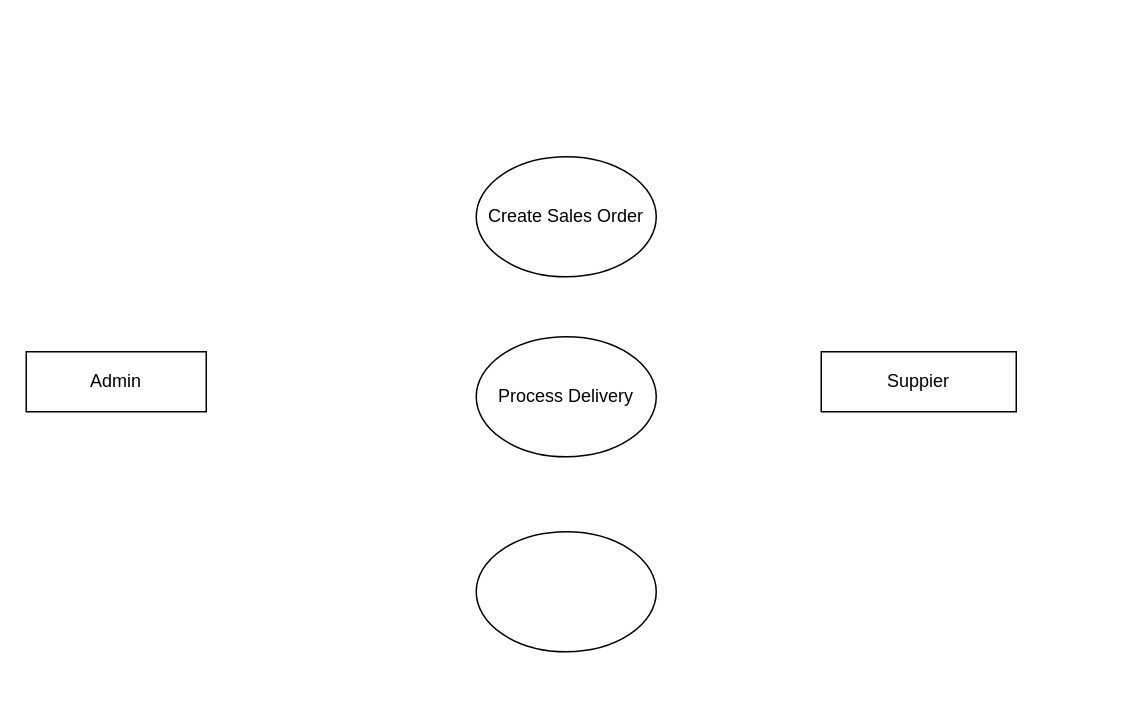
Earlier version of the draw.io diagram Level 2 of .drawio (pawal-karki/DRAW.IO). Source tidied: cells renumbered, new cells numbered last; positions are measured from the earlier drawing's top-left corner, leaving out a move shared by most shapes. Both pictures are drawn from the tidied source at 150%, with x=0, y=0 at pixel (26, 156).
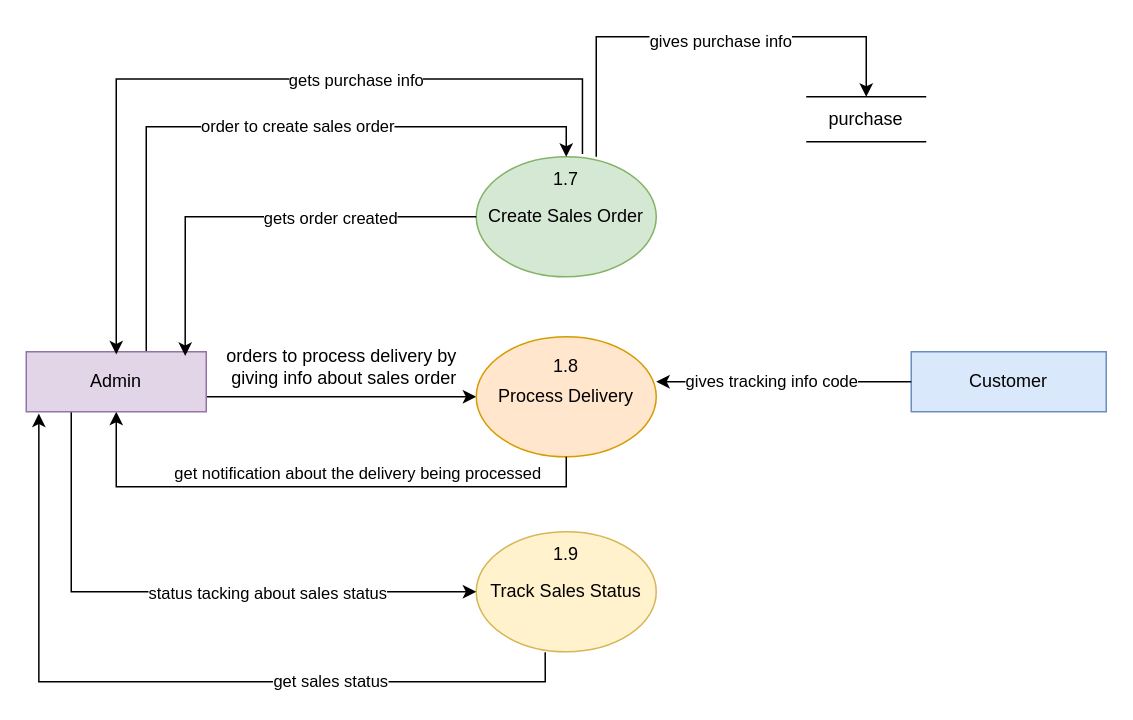
The same diagram, later.

The edit, as a diff of the source:
```diff
@@
+    <mxCell id="8" style="edgeStyle=orthogonalEdgeStyle;rounded=0;jettySize=auto;html=1;" parent="1" edge="1" target="24">
+      <mxGeometry relative="1" as="geometry">
+        <mxPoint x="380" as="sourcePoint" />
+        <Array as="points">
+          <mxPoint x="380" y="-80" />
+          <mxPoint x="560" y="-80" />
+        </Array>
+      </mxGeometry>
+    </mxCell>
+    <mxCell id="9" value="gives purchase info" style="edgeLabel;html=1;align=center;verticalAlign=middle;" parent="8" vertex="1">
+      <mxGeometry x="0.08" y="-2" relative="1" as="geometry" />
+    </mxCell>
-    <mxCell id="2" value="Create Sales Order" style="ellipse;whiteSpace=wrap;html=1;" parent="1" vertex="1">
+    <mxCell id="2" value="Create Sales Order" style="ellipse;whiteSpace=wrap;html=1;fillColor=#d5e8d4;strokeColor=#82b366;" parent="1" vertex="1">
       <mxGeometry x="300" width="120" height="80" as="geometry" />
     </mxCell>
-    <mxCell id="3" style="ellipse;whiteSpace=wrap;html=1;" parent="1" vertex="1">
+    <mxCell id="3" value="Track Sales Status" style="ellipse;whiteSpace=wrap;html=1;fillColor=#fff2cc;strokeColor=#d6b656;" parent="1" vertex="1">
       <mxGeometry x="300" y="250" width="120" height="80" as="geometry" />
     </mxCell>
+    <mxCell id="10" style="edgeStyle=orthogonalEdgeStyle;rounded=0;jettySize=auto;html=1;entryX=1;entryY=0.75;entryDx=0;entryDy=0;startArrow=classic;startFill=1;endArrow=none;endFill=0;" parent="1" edge="1" source="4" target="5">
+      <mxGeometry relative="1" as="geometry" />
+    </mxCell>
-    <mxCell id="4" value="Process Delivery" style="ellipse;whiteSpace=wrap;html=1;" parent="1" vertex="1">
+    <mxCell id="4" value="Process Delivery" style="ellipse;whiteSpace=wrap;html=1;fillColor=#ffe6cc;strokeColor=#d79b00;" parent="1" vertex="1">
       <mxGeometry x="300" y="120" width="120" height="80" as="geometry" />
     </mxCell>
+    <mxCell id="11" style="edgeStyle=orthogonalEdgeStyle;rounded=0;jettySize=auto;html=1;entryX=0.5;entryY=0;entryDx=0;entryDy=0;" parent="1" edge="1" source="5" target="2">
+      <mxGeometry relative="1" as="geometry">
+        <Array as="points">
+          <mxPoint x="80" y="-20" />
+          <mxPoint x="360" y="-20" />
+        </Array>
+      </mxGeometry>
+    </mxCell>
+    <mxCell id="12" value="order to create sales order" style="edgeLabel;html=1;align=center;verticalAlign=middle;" parent="11" vertex="1">
+      <mxGeometry x="0.11" y="1" relative="1" as="geometry" />
+    </mxCell>
+    <mxCell id="13" style="edgeStyle=orthogonalEdgeStyle;rounded=0;jettySize=auto;html=1;entryX=0.5;entryY=1;entryDx=0;entryDy=0;startArrow=classic;startFill=1;endArrow=none;endFill=0;" parent="1" edge="1" source="5" target="4">
+      <mxGeometry relative="1" as="geometry">
+        <Array as="points">
+          <mxPoint x="60" y="220" />
+          <mxPoint x="360" y="220" />
+        </Array>
+      </mxGeometry>
+    </mxCell>
+    <mxCell id="14" value="get notification about the delivery being processed" style="edgeLabel;html=1;align=center;verticalAlign=middle;" parent="13" vertex="1">
+      <mxGeometry x="0.11" relative="1" as="geometry">
+        <mxPoint x="5" y="-10" as="offset" />
+      </mxGeometry>
+    </mxCell>
+    <mxCell id="15" style="edgeStyle=orthogonalEdgeStyle;rounded=0;jettySize=auto;html=1;exitX=0.25;exitY=1;exitDx=0;exitDy=0;entryX=0;entryY=0.5;entryDx=0;entryDy=0;" parent="1" edge="1" source="5" target="3">
+      <mxGeometry relative="1" as="geometry" />
+    </mxCell>
+    <mxCell id="16" value="status tacking about sales status" style="edgeLabel;html=1;align=center;verticalAlign=middle;" parent="15" vertex="1">
+      <mxGeometry x="0.28" relative="1" as="geometry" />
+    </mxCell>
-    <mxCell id="5" value="Admin" style="rounded=0;whiteSpace=wrap;html=1;" parent="1" vertex="1">
+    <mxCell id="5" value="Admin" style="rounded=0;whiteSpace=wrap;html=1;fillColor=#e1d5e7;strokeColor=#9673a6;" parent="1" vertex="1">
       <mxGeometry y="130" width="120" height="40" as="geometry" />
     </mxCell>
-    <mxCell id="6" value="Suppier" style="rounded=0;whiteSpace=wrap;html=1;" parent="1" vertex="1">
-      <mxGeometry x="530" y="130" width="130" height="40" as="geometry" />
+    <mxCell id="6" value="Customer" style="rounded=0;whiteSpace=wrap;html=1;fillColor=#dae8fc;strokeColor=#6c8ebf;" parent="1" vertex="1">
+      <mxGeometry x="590" y="130" width="130" height="40" as="geometry" />
     </mxCell>
-    <mxCell id="7" style="edgeStyle=orthogonalEdgeStyle;rounded=0;jettySize=auto;html=1;entryX=0;entryY=0.5;entryDx=0;entryDy=0;" parent="1" edge="1" target="6">
-      <mxGeometry relative="1" as="geometry">
-        <mxPoint x="530" y="150" as="sourcePoint" />
-      </mxGeometry>
-    </mxCell>
+    <mxCell id="17" style="edgeStyle=orthogonalEdgeStyle;rounded=0;orthogonalLoop=1;jettySize=auto;html=1;entryX=0.41;entryY=0.09;entryDx=0;entryDy=0;entryPerimeter=0;" parent="1" edge="1">
+      <mxGeometry relative="1" as="geometry">
+        <mxPoint x="370.8" y="-1.8" as="sourcePoint" />
+        <mxPoint x="60" y="131.8" as="targetPoint" />
+        <Array as="points">
+          <mxPoint x="370.8" y="-51.8" />
+          <mxPoint x="59.8" y="-51.8" />
+        </Array>
+      </mxGeometry>
+    </mxCell>
+    <mxCell id="18" value="gets purchase info" style="edgeLabel;html=1;align=center;verticalAlign=middle;" parent="17" vertex="1">
+      <mxGeometry x="-0.26" relative="1" as="geometry" />
+    </mxCell>
+    <mxCell id="19" style="edgeStyle=orthogonalEdgeStyle;rounded=0;jettySize=auto;html=1;entryX=0.883;entryY=0.07;entryDx=0;entryDy=0;entryPerimeter=0;" parent="1" edge="1" source="2" target="5">
+      <mxGeometry relative="1" as="geometry" />
+    </mxCell>
+    <mxCell id="20" value="gets order created" style="edgeLabel;html=1;align=center;verticalAlign=middle;" parent="19" vertex="1">
+      <mxGeometry x="-0.32" relative="1" as="geometry" />
+    </mxCell>
+    <mxCell id="21" value="orders to process delivery by&lt;div&gt;&amp;nbsp;giving info about sales order&lt;/div&gt;" style="text;html=1;align=center;verticalAlign=middle;strokeColor=none;fillColor=none;" parent="1" vertex="1">
+      <mxGeometry x="120" y="120" width="180" height="40" as="geometry" />
+    </mxCell>
+    <mxCell id="22" style="edgeStyle=orthogonalEdgeStyle;rounded=0;jettySize=auto;html=1;entryX=0.07;entryY=1.03;entryDx=0;entryDy=0;entryPerimeter=0;exitX=0.383;exitY=1.005;exitDx=0;exitDy=0;exitPerimeter=0;" parent="1" edge="1" source="3" target="5">
+      <mxGeometry relative="1" as="geometry" />
+    </mxCell>
+    <mxCell id="23" value="get sales status" style="edgeLabel;html=1;align=center;verticalAlign=middle;" parent="22" vertex="1">
+      <mxGeometry x="-0.39" y="-1" relative="1" as="geometry" />
+    </mxCell>
+    <mxCell id="24" value="purchase" style="text;html=1;align=center;verticalAlign=middle;whiteSpace=wrap;rounded=0;" parent="1" vertex="1">
+      <mxGeometry x="530" y="-40" width="60" height="30" as="geometry" />
+    </mxCell>
+    <mxCell id="25" style="endArrow=none;html=1;rounded=0;" parent="1" edge="1">
+      <mxGeometry relative="1" as="geometry">
+        <mxPoint x="520" y="-40" as="sourcePoint" />
+        <mxPoint x="600" y="-40" as="targetPoint" />
+      </mxGeometry>
+    </mxCell>
+    <mxCell id="26" style="endArrow=none;html=1;rounded=0;" parent="1" edge="1">
+      <mxGeometry relative="1" as="geometry">
+        <mxPoint x="520" y="-10" as="sourcePoint" />
+        <mxPoint x="600" y="-10" as="targetPoint" />
+        <Array as="points">
+          <mxPoint x="560" y="-10" />
+        </Array>
+      </mxGeometry>
+    </mxCell>
+    <mxCell id="27" style="edgeStyle=orthogonalEdgeStyle;rounded=0;jettySize=auto;html=1;" parent="1" edge="1" source="6">
+      <mxGeometry relative="1" as="geometry">
+        <mxPoint x="420" y="150" as="targetPoint" />
+      </mxGeometry>
+    </mxCell>
+    <mxCell id="28" value="gives tracking info code" style="edgeLabel;html=1;align=center;verticalAlign=middle;" parent="27" vertex="1">
+      <mxGeometry x="0.1" y="-1" relative="1" as="geometry" />
+    </mxCell>
+    <mxCell id="29" value="1.7" style="text;html=1;align=center;verticalAlign=middle;whiteSpace=wrap;rounded=0;" parent="1" vertex="1">
+      <mxGeometry x="330" width="60" height="30" as="geometry" />
+    </mxCell>
+    <mxCell id="30" value="1.8" style="text;html=1;align=center;verticalAlign=middle;whiteSpace=wrap;rounded=0;" parent="1" vertex="1">
+      <mxGeometry x="330" y="125" width="60" height="30" as="geometry" />
+    </mxCell>
+    <mxCell id="31" value="1.9" style="text;html=1;align=center;verticalAlign=middle;whiteSpace=wrap;rounded=0;" parent="1" vertex="1">
+      <mxGeometry x="330" y="250" width="60" height="30" as="geometry" />
+    </mxCell>
```
